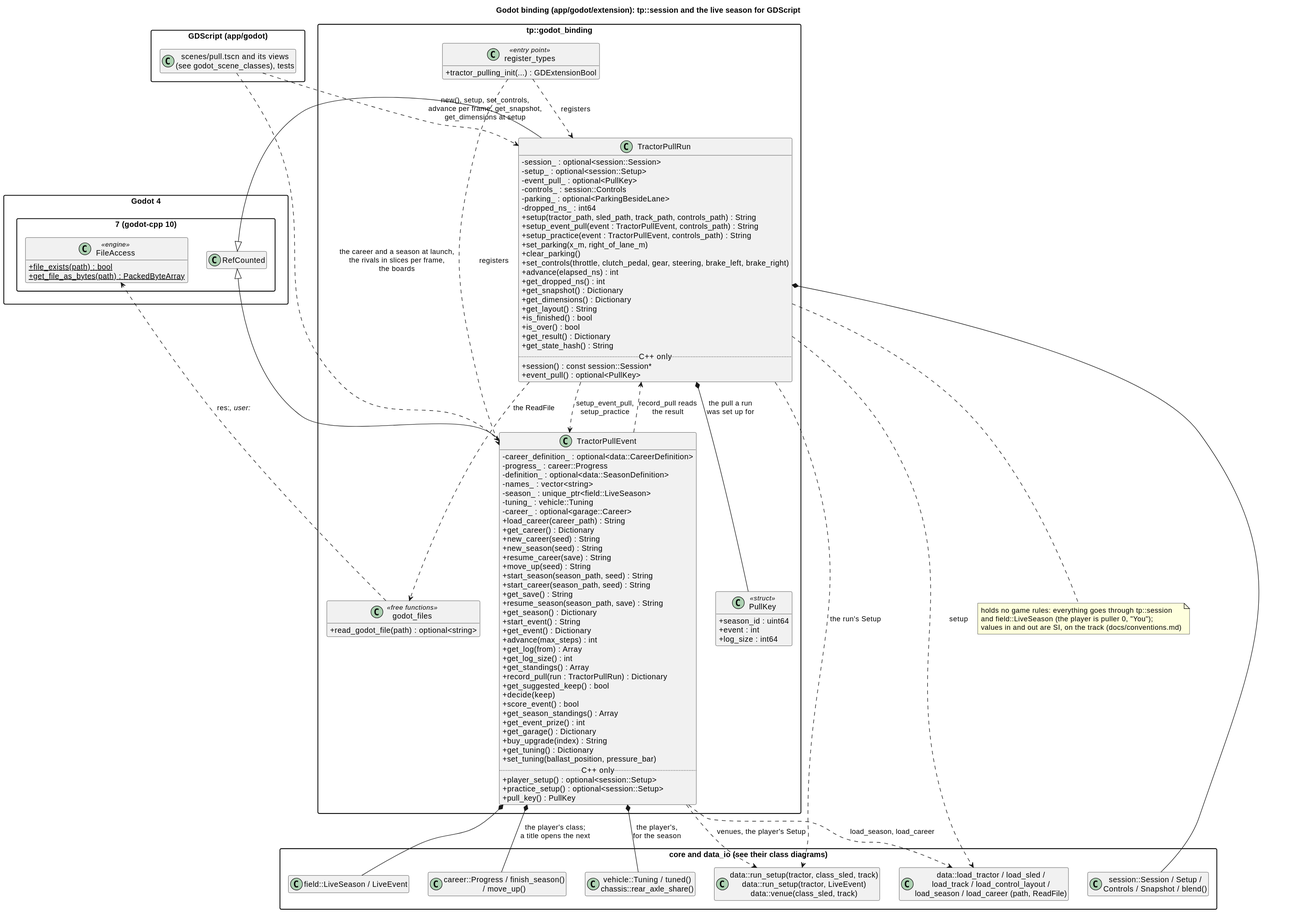
Before: docs/diagrams/svg/godot_classes.svg, a diagram exported from PlantUML (wversteeg/TractorPulling). The source it was exported from:
```plantuml
@startuml
title Godot binding (app/godot/extension): tp::session and the live season for GDScript
hide empty members
skinparam packageStyle rectangle
skinparam classAttributeIconSize 0

package "Godot 4.7 (godot-cpp 10)" {
  class RefCounted
  class FileAccess <<engine>> {
    +{static} file_exists(path) : bool
    +{static} get_file_as_bytes(path) : PackedByteArray
  }
}

package "tp::godot_binding" {
  class TractorPullRun {
    -session_ : optional<session::Session>
    -setup_ : optional<session::Setup>
    -event_pull_ : optional<PullKey>
    -controls_ : session::Controls
    -parking_ : optional<ParkingBesideLane>
    -dropped_ns_ : int64
    +setup(tractor_path, sled_path, track_path, controls_path) : String
    +setup_event_pull(event : TractorPullEvent, controls_path) : String
    +setup_practice(event : TractorPullEvent, controls_path) : String
    +set_parking(x_m, right_of_lane_m)
    +clear_parking()
    +set_controls(throttle, clutch_pedal, gear, steering, brake_left, brake_right)
    +advance(elapsed_ns) : int
    +get_dropped_ns() : int
    +get_snapshot() : Dictionary
    +get_dimensions() : Dictionary
    +get_layout() : String
    +is_finished() : bool
    +is_over() : bool
    +get_result() : Dictionary
    +get_state_hash() : String
    ..C++ only..
    +session() : const session::Session*
    +event_pull() : optional<PullKey>
  }
  class TractorPullEvent {
    -career_definition_ : optional<data::CareerDefinition>
    -progress_ : career::Progress
    -definition_ : optional<data::SeasonDefinition>
    -names_ : vector<string>
    -season_ : unique_ptr<field::LiveSeason>
    -tuning_ : vehicle::Tuning
    -career_ : optional<garage::Career>
    +load_career(career_path) : String
    +get_career() : Dictionary
    +new_career(seed) : String
    +new_season(seed) : String
    +resume_career(save) : String
    +move_up(seed) : String
    +start_season(season_path, seed) : String
    +start_career(season_path, seed) : String
    +get_save() : String
    +resume_season(season_path, save) : String
    +get_season() : Dictionary
    +start_event() : String
    +get_event() : Dictionary
    +advance(max_steps) : int
    +get_log(from) : Array
    +get_log_size() : int
    +get_standings() : Array
    +record_pull(run : TractorPullRun) : Dictionary
    +get_suggested_keep() : bool
    +decide(keep)
    +score_event() : bool
    +get_season_standings() : Array
    +get_event_prize() : int
    +get_garage() : Dictionary
    +buy_upgrade(index) : String
    +get_tuning() : Dictionary
    +set_tuning(ballast_position, pressure_bar)
    ..C++ only..
    +player_setup() : optional<session::Setup>
    +practice_setup() : optional<session::Setup>
    +pull_key() : PullKey
  }
  class PullKey <<struct>> {
    +season_id : uint64
    +event : int
    +log_size : int64
  }
  TractorPullRun *-- PullKey : the pull a run\nwas set up for
  class "godot_files" as Files <<free functions>> {
    +read_godot_file(path) : optional<string>
  }
  class "register_types" as Register <<entry point>> {
    +tractor_pulling_init(...) : GDExtensionBool
  }
}

package "core and data_io (see their class diagrams)" {
  class "session::Session / Setup /\nControls / Snapshot / blend()" as Session
  class "data::load_tractor / load_sled /\nload_track / load_control_layout /\nload_season / load_career (path, ReadFile)" as Loaders
  class "data::run_setup(tractor, class_sled, track)\ndata::run_setup(tractor, LiveEvent)\ndata::venue(class_sled, track)" as RunSetup
  class "field::LiveSeason / LiveEvent" as Live
  class "career::Progress / finish_season()\n/ move_up()" as Career
  class "vehicle::Tuning / tuned()\nchassis::rear_axle_share()" as Tuning
}

package "GDScript (app/godot)" {
  class "scenes/pull.tscn and its views\n(see godot_scene_classes), tests" as Scripts
}

RefCounted <|-- TractorPullRun
RefCounted <|-- TractorPullEvent
Register ..> TractorPullRun : registers
Register ..> TractorPullEvent : registers
TractorPullEvent *-- Live
TractorPullEvent *-- Tuning : the player's,\nfor the season
TractorPullEvent ..> Loaders : load_season, load_career
TractorPullEvent *-- Career : the player's class;\na title opens the next
TractorPullEvent ..> RunSetup : venues, the player's Setup
TractorPullRun ..> TractorPullEvent : setup_event_pull,\nsetup_practice
TractorPullEvent ..> TractorPullRun : record_pull reads\nthe result
TractorPullRun *-- Session
TractorPullRun ..> Loaders : setup
TractorPullRun ..> RunSetup : the run's Setup
TractorPullRun ..> Files : the ReadFile
Files ..> FileAccess : res://, user://
Scripts ..> TractorPullRun : new(), setup, set_controls,\nadvance per frame, get_snapshot,\nget_dimensions at setup
Scripts ..> TractorPullEvent : the career and a season at launch,\nthe rivals in slices per frame,\nthe boards
note bottom of TractorPullRun
  holds no game rules: everything goes through tp::session
  and field::LiveSeason (the player is puller 0, "You");
  values in and out are SI, on the track (docs/conventions.md)
end note
@enduml
```
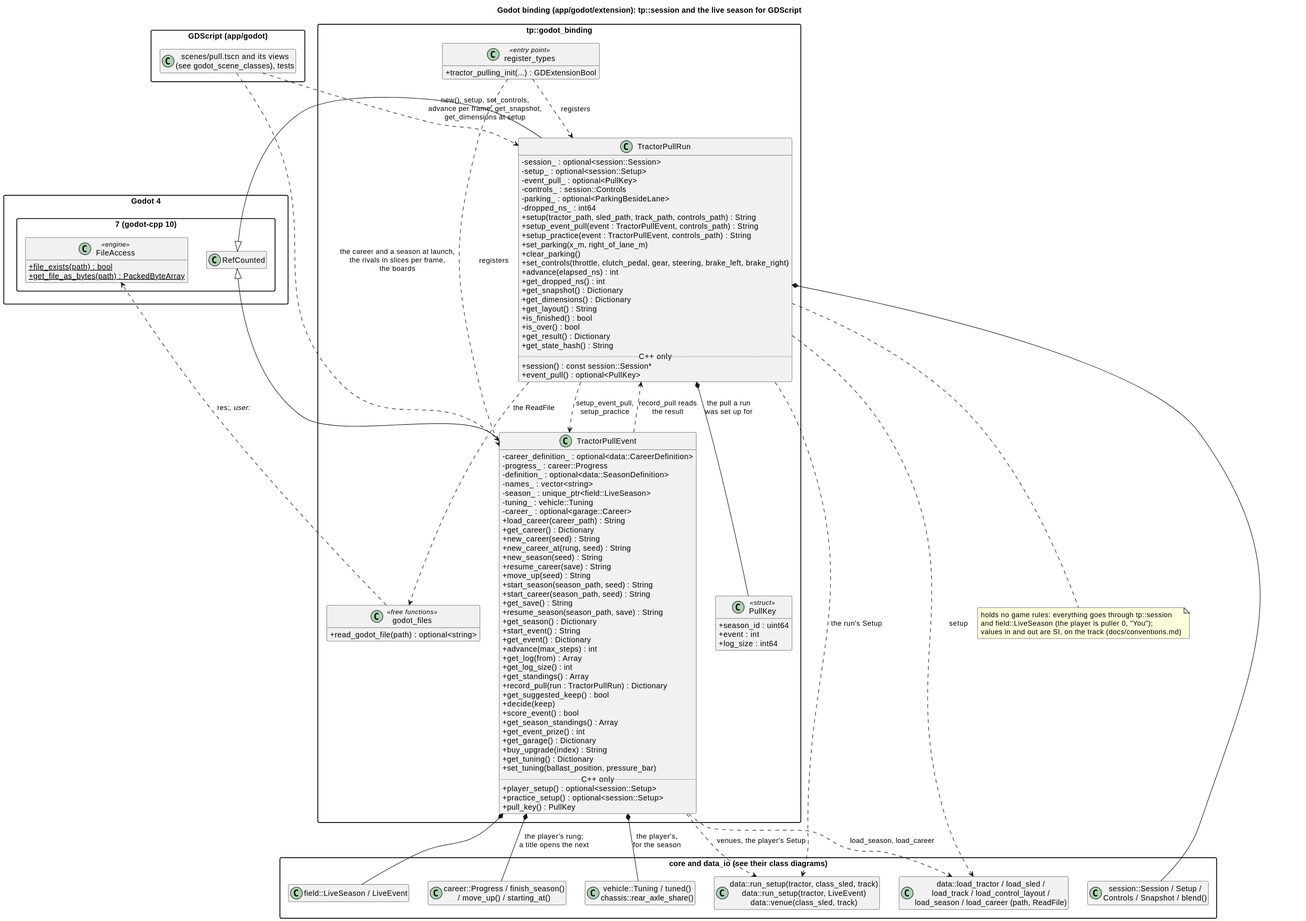
After the change.

What changed in the source:
```diff
@@ -50,6 +50,7 @@
     +load_career(career_path) : String
     +get_career() : Dictionary
     +new_career(seed) : String
+    +new_career_at(rung, seed) : String
     +new_season(seed) : String
     +resume_career(save) : String
     +move_up(seed) : String
@@ -98,7 +99,7 @@
   class "data::load_tractor / load_sled /\nload_track / load_control_layout /\nload_season / load_career (path, ReadFile)" as Loaders
   class "data::run_setup(tractor, class_sled, track)\ndata::run_setup(tractor, LiveEvent)\ndata::venue(class_sled, track)" as RunSetup
   class "field::LiveSeason / LiveEvent" as Live
-  class "career::Progress / finish_season()\n/ move_up()" as Career
+  class "career::Progress / finish_season()\n/ move_up() / starting_at()" as Career
   class "vehicle::Tuning / tuned()\nchassis::rear_axle_share()" as Tuning
 }
 
@@ -113,7 +114,7 @@
 TractorPullEvent *-- Live
 TractorPullEvent *-- Tuning : the player's,\nfor the season
 TractorPullEvent ..> Loaders : load_season, load_career
-TractorPullEvent *-- Career : the player's class;\na title opens the next
+TractorPullEvent *-- Career : the player's rung;\na title opens the next
 TractorPullEvent ..> RunSetup : venues, the player's Setup
 TractorPullRun ..> TractorPullEvent : setup_event_pull,\nsetup_practice
 TractorPullEvent ..> TractorPullRun : record_pull reads\nthe result
```
